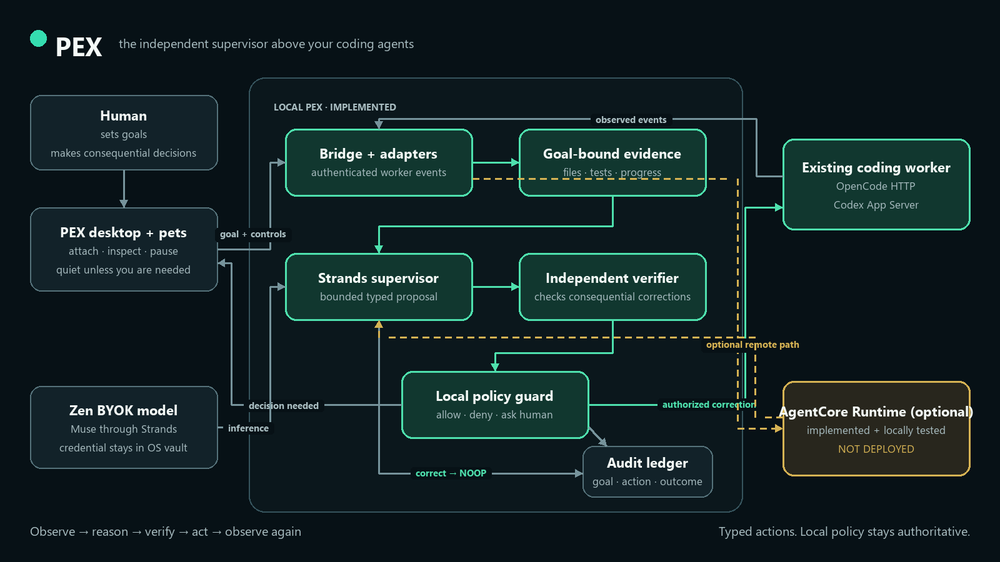
Before: docs/architecture/pex-architecture.png, a diagram exported from Mermaid (josepha-mayo/pex). Its source is kept beside it as docs/architecture/pex-architecture.mmd.
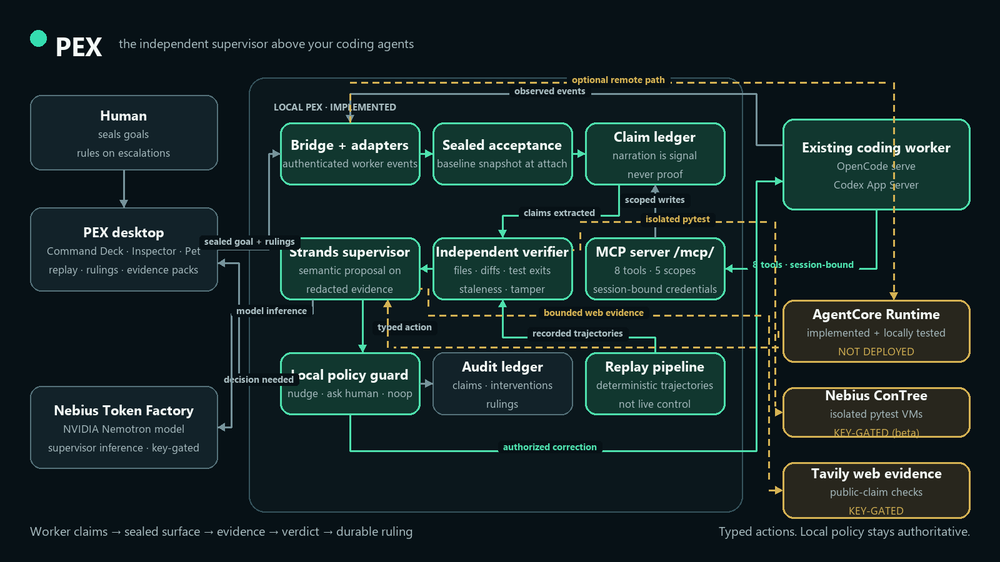
The same diagram one commit later.

Diff of the diagram source:
```diff
@@ -1,37 +1,48 @@
 %%{init: {"theme":"base","themeVariables":{"fontFamily":"Inter, Segoe UI, Arial","fontSize":"18px","primaryTextColor":"#f5fbf8","lineColor":"#78949b","edgeLabelBackground":"#071116","clusterBkg":"#0d1b21","clusterBorder":"#34515a"},"flowchart":{"curve":"linear","nodeSpacing":45,"rankSpacing":70,"htmlLabels":true}}}%%
 flowchart LR
-  human["<b>Human</b><br/>sets goals · makes consequential decisions"]
-  ui["<b>PEX desktop + 2 companions</b><br/>attach · inspect · pause · dismiss"]
-  zen["<b>Zen BYOK model</b><br/>credential remains in OS vault"]
+  human["<b>Human</b><br/>seals goals · rules on escalations"]
+  ui["<b>PEX desktop</b><br/>Command Deck · Inspector · Pet<br/>replay · rulings · evidence packs"]
+  nebius["<b>Nebius Token Factory</b><br/>NVIDIA Nemotron supervisor model<br/><b>KEY-GATED</b>"]
 
   subgraph local["LOCAL PEX · IMPLEMENTED"]
     direction TB
     bridge["<b>Bridge + adapters</b><br/>authenticated worker events"]
-    evidence["<b>Goal-bound evidence</b><br/>files · tests · progress"]
-    strands["<b>Strands supervisor</b><br/>bounded typed proposal"]
-    verifier["<b>Independent verifier</b><br/>checks consequential corrections"]
-    policy["<b>Local policy guard</b><br/>allow · deny · ask human"]
-    ledger[("<b>Audit ledger</b><br/>goal · action · outcome")]
-    bridge --> evidence --> strands --> verifier --> policy
-    strands -->|correct work: NOOP| ledger
+    seal["<b>Sealed acceptance surface</b><br/>baseline snapshot at goal attach"]
+    claims["<b>Claim ledger</b><br/>worker claims extracted from events<br/>narration is signal, never proof"]
+    verifier["<b>Independent verifier</b><br/>workspace evidence: files · diffs ·<br/>test exits · staleness · tamper"]
+    supervisor["<b>Strands supervisor</b><br/>semantic proposal over redacted<br/>evidence · independent verifier agent"]
+    policy["<b>Local policy guard</b><br/>nudge · ask human · noop"]
+    ledger[("<b>Audit ledger</b><br/>goal · claims · interventions · rulings")]
+    mcp["<b>MCP server /mcp/</b><br/>8 tools · 5 scopes · session-bound<br/>expiring credentials"]
+    replay["<b>Replay pipeline</b><br/>deterministic recorded trajectories<br/>replay:true · not_live_control:true"]
+
+    bridge --> seal --> claims --> verifier --> supervisor --> policy
+    claims -->|every adjudication| ledger
     policy -->|audit| ledger
+    mcp -->|scoped writes: verify_claim · report_progress<br/>request_decision · handoff| claims
+    replay -->|same adjudication pipeline| verifier
   end
 
-  worker["<b>Existing coding worker</b><br/>OpenCode HTTP · Codex App Server"]
+  worker["<b>Existing coding worker</b><br/>OpenCode serve · Codex App Server"]
   agentcore["<b>Optional AgentCore Runtime</b><br/>implemented + locally tested<br/><b>NOT DEPLOYED</b>"]
+  contree["<b>Nebius ConTree Sandboxes</b><br/>disposable public-pytest VMs<br/><b>KEY-GATED (beta)</b>"]
+  tavily["<b>Tavily web evidence</b><br/>public-claim citation checks<br/><b>KEY-GATED</b>"]
 
-  human --> ui -->|goal + controls| bridge
+  human --> ui -->|sealed goal + rulings| bridge
   worker -->|observed events| bridge
+  worker <-->|session-scoped tools| mcp
   policy -->|one authorized same-session correction| worker
   policy -->|real decision only| ui
-  strands <-->|model inference| zen
+  supervisor <-->|model inference| nebius
+  verifier -.->|public claims only| tavily
+  verifier -.->|isolated pytest runs| contree
   bridge -.->|optional remote proposal path| agentcore
-  agentcore -.-> strands
+  agentcore -.-> supervisor
 
   classDef core fill:#123a32,stroke:#4ee0ad,color:#f5fbf8,stroke-width:2px;
   classDef surface fill:#13242b,stroke:#6d8d96,color:#f5fbf8,stroke-width:1.5px;
   classDef optional fill:#29271e,stroke:#d8b456,color:#fff7dc,stroke-width:2px,stroke-dasharray:7 5;
-  class bridge,evidence,strands,verifier,policy,worker core;
-  class human,ui,zen,ledger surface;
-  class agentcore optional;
+  class bridge,seal,claims,verifier,supervisor,policy,worker,mcp,replay core;
+  class human,ui,nebius,ledger surface;
+  class agentcore,contree,tavily optional;
   style local fill:#0b181d,stroke:#35535c,color:#f5fbf8,stroke-width:2px
```
